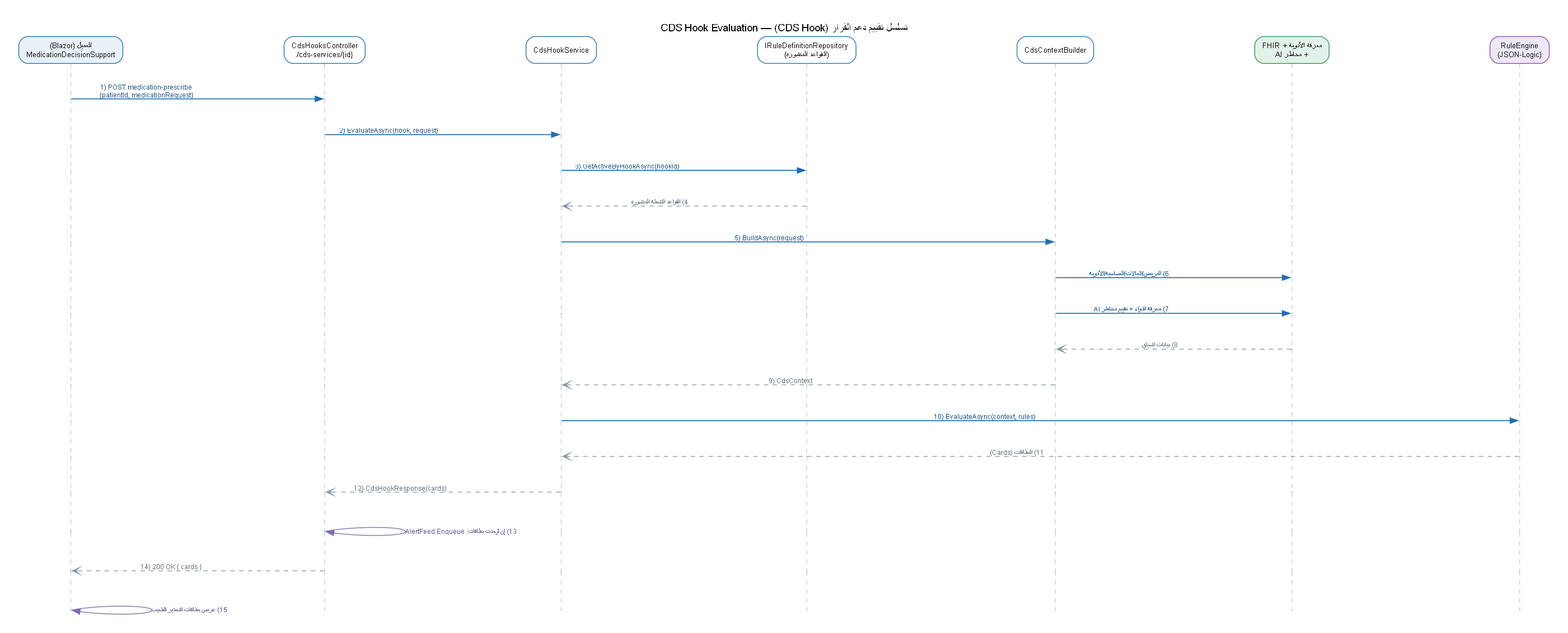
Khair69/DMRS keeps this Graphviz diagram as docs/diagrams/seq-cds-hook.png. Above is the earlier version. Its source is kept beside it as docs/diagrams/seq-cds-hook.dot.
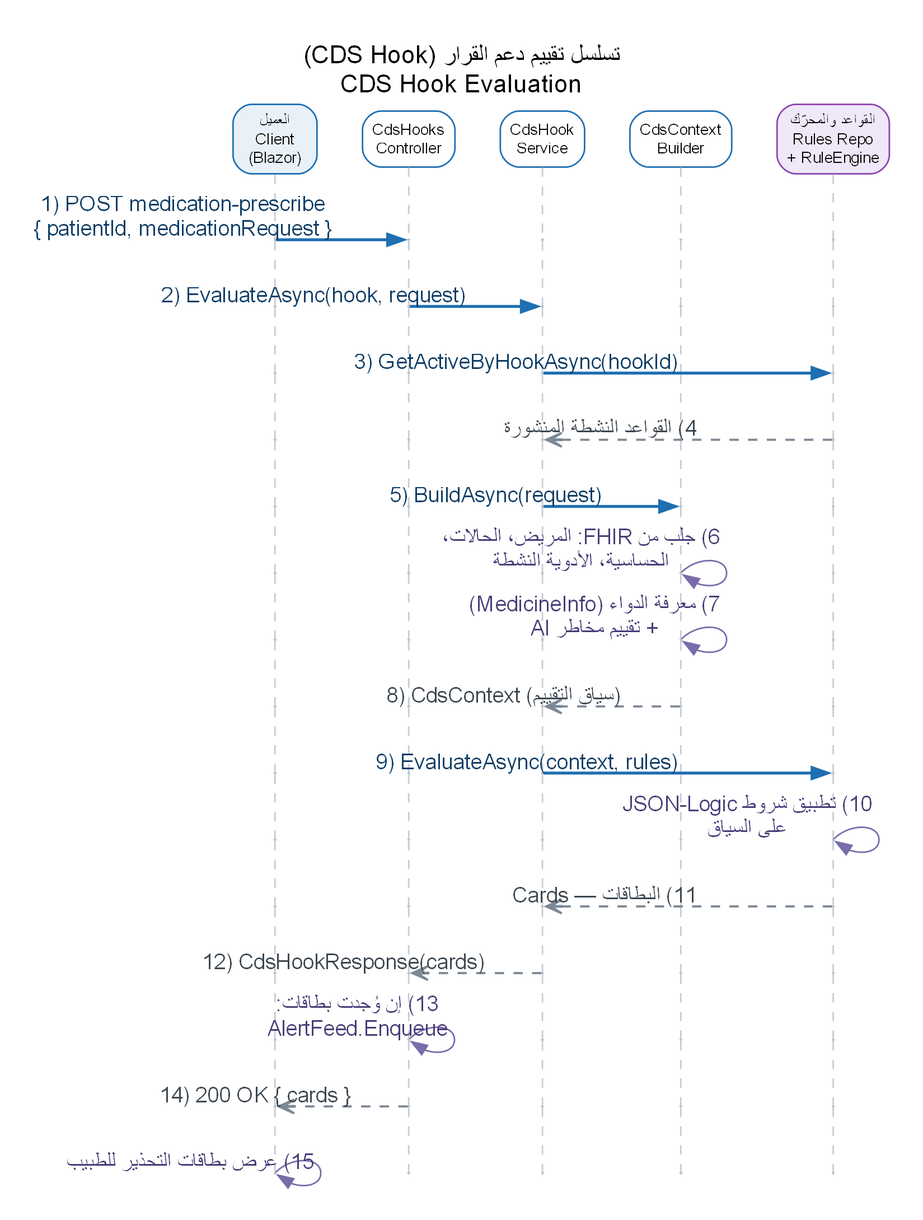
Later version of the same file.

Change to the diagram source:
```diff
@@ -1,66 +1,60 @@
 digraph SEQ {
   rankdir=TB;
-  graph [fontname="Arial", fontsize=14, labelloc="t", label="تسلسل تقييم دعم القرار (CDS Hook) — CDS Hook Evaluation",
-         pad=0.35, nodesep=1.5, ranksep=0.62, splines=line, forcelabels=true];
-  edge [fontname="Arial", fontsize=9];
+  graph [fontname="Arial", fontsize=16, labelloc="t", label="تسلسل تقييم دعم القرار (CDS Hook)\nCDS Hook Evaluation",
+         pad=0.3, nodesep=0.40, ranksep=0.58, splines=line, forcelabels=false];
+  edge [fontname="Arial", fontsize=14];
   node [fontname="Arial", fontsize=10];
 
   { rank=same;
     H_cli [shape=box, style="rounded,filled", fillcolor="#E8F1F8", color="#1F6FB2",
-          fontcolor="black", margin="0.14,0.08", label="العميل (Blazor)\nMedicationDecisionSupport"];
+          fontcolor="black", margin="0.09,0.06", label="العميل\nClient\n(Blazor)"];
     H_ctl [shape=box, style="rounded,filled", fillcolor="#FFFFFF", color="#1F6FB2",
-          fontcolor="black", margin="0.14,0.08", label="CdsHooksController\n/cds-services/{id}"];
+          fontcolor="black", margin="0.09,0.06", label="CdsHooks\nController"];
     H_svc [shape=box, style="rounded,filled", fillcolor="#FFFFFF", color="#1F6FB2",
-          fontcolor="black", margin="0.14,0.08", label="CdsHookService"];
-    H_rul [shape=box, style="rounded,filled", fillcolor="#FFFFFF", color="#1F6FB2",
-          fontcolor="black", margin="0.14,0.08", label="IRuleDefinitionRepository\n(القواعد المنشورة)"];
+          fontcolor="black", margin="0.09,0.06", label="CdsHook\nService"];
     H_ctx [shape=box, style="rounded,filled", fillcolor="#FFFFFF", color="#1F6FB2",
-          fontcolor="black", margin="0.14,0.08", label="CdsContextBuilder"];
-    H_dat [shape=box, style="rounded,filled", fillcolor="#E3F2E9", color="#2E8B57",
-          fontcolor="black", margin="0.14,0.08", label="FHIR + معرفة الأدوية\n+ مخاطر AI"];
+          fontcolor="black", margin="0.09,0.06", label="CdsContext\nBuilder"];
     H_eng [shape=box, style="rounded,filled", fillcolor="#EFE8F8", color="#8E44AD",
-          fontcolor="black", margin="0.14,0.08", label="RuleEngine\n(JSON-Logic)"];
+          fontcolor="black", margin="0.09,0.06", label="القواعد والمحرّك\nRules Repo\n+ RuleEngine"];
   }
-  H_cli -> H_ctl -> H_svc -> H_rul -> H_ctx -> H_dat -> H_eng [style=invis, weight=50];
+  H_cli -> H_ctl -> H_svc -> H_ctx -> H_eng [style=invis, weight=50];
 
   node [shape=point, width=0.012, color="#B9C4CC"];
-  { rank=same; cli_1 ctl_1 svc_1 rul_1 ctx_1 dat_1 eng_1 }
-  { rank=same; cli_2 ctl_2 svc_2 rul_2 ctx_2 dat_2 eng_2 }
-  { rank=same; cli_3 ctl_3 svc_3 rul_3 ctx_3 dat_3 eng_3 }
-  { rank=same; cli_4 ctl_4 svc_4 rul_4 ctx_4 dat_4 eng_4 }
-  { rank=same; cli_5 ctl_5 svc_5 rul_5 ctx_5 dat_5 eng_5 }
-  { rank=same; cli_6 ctl_6 svc_6 rul_6 ctx_6 dat_6 eng_6 }
-  { rank=same; cli_7 ctl_7 svc_7 rul_7 ctx_7 dat_7 eng_7 }
-  { rank=same; cli_8 ctl_8 svc_8 rul_8 ctx_8 dat_8 eng_8 }
-  { rank=same; cli_9 ctl_9 svc_9 rul_9 ctx_9 dat_9 eng_9 }
-  { rank=same; cli_10 ctl_10 svc_10 rul_10 ctx_10 dat_10 eng_10 }
-  { rank=same; cli_11 ctl_11 svc_11 rul_11 ctx_11 dat_11 eng_11 }
-  { rank=same; cli_12 ctl_12 svc_12 rul_12 ctx_12 dat_12 eng_12 }
-  { rank=same; cli_13 ctl_13 svc_13 rul_13 ctx_13 dat_13 eng_13 }
-  { rank=same; cli_14 ctl_14 svc_14 rul_14 ctx_14 dat_14 eng_14 }
-  { rank=same; cli_15 ctl_15 svc_15 rul_15 ctx_15 dat_15 eng_15 }
+  { rank=same; cli_1 ctl_1 svc_1 ctx_1 eng_1 }
+  { rank=same; cli_2 ctl_2 svc_2 ctx_2 eng_2 }
+  { rank=same; cli_3 ctl_3 svc_3 ctx_3 eng_3 }
+  { rank=same; cli_4 ctl_4 svc_4 ctx_4 eng_4 }
+  { rank=same; cli_5 ctl_5 svc_5 ctx_5 eng_5 }
+  { rank=same; cli_6 ctl_6 svc_6 ctx_6 eng_6 }
+  { rank=same; cli_7 ctl_7 svc_7 ctx_7 eng_7 }
+  { rank=same; cli_8 ctl_8 svc_8 ctx_8 eng_8 }
+  { rank=same; cli_9 ctl_9 svc_9 ctx_9 eng_9 }
+  { rank=same; cli_10 ctl_10 svc_10 ctx_10 eng_10 }
+  { rank=same; cli_11 ctl_11 svc_11 ctx_11 eng_11 }
+  { rank=same; cli_12 ctl_12 svc_12 ctx_12 eng_12 }
+  { rank=same; cli_13 ctl_13 svc_13 ctx_13 eng_13 }
+  { rank=same; cli_14 ctl_14 svc_14 ctx_14 eng_14 }
+  { rank=same; cli_15 ctl_15 svc_15 ctx_15 eng_15 }
 
   H_cli -> cli_1 -> cli_2 -> cli_3 -> cli_4 -> cli_5 -> cli_6 -> cli_7 -> cli_8 -> cli_9 -> cli_10 -> cli_11 -> cli_12 -> cli_13 -> cli_14 -> cli_15 [style=dashed, color="#C4CDD5", arrowhead=none, weight=100];
   H_ctl -> ctl_1 -> ctl_2 -> ctl_3 -> ctl_4 -> ctl_5 -> ctl_6 -> ctl_7 -> ctl_8 -> ctl_9 -> ctl_10 -> ctl_11 -> ctl_12 -> ctl_13 -> ctl_14 -> ctl_15 [style=dashed, color="#C4CDD5", arrowhead=none, weight=100];
   H_svc -> svc_1 -> svc_2 -> svc_3 -> svc_4 -> svc_5 -> svc_6 -> svc_7 -> svc_8 -> svc_9 -> svc_10 -> svc_11 -> svc_12 -> svc_13 -> svc_14 -> svc_15 [style=dashed, color="#C4CDD5", arrowhead=none, weight=100];
-  H_rul -> rul_1 -> rul_2 -> rul_3 -> rul_4 -> rul_5 -> rul_6 -> rul_7 -> rul_8 -> rul_9 -> rul_10 -> rul_11 -> rul_12 -> rul_13 -> rul_14 -> rul_15 [style=dashed, color="#C4CDD5", arrowhead=none, weight=100];
   H_ctx -> ctx_1 -> ctx_2 -> ctx_3 -> ctx_4 -> ctx_5 -> ctx_6 -> ctx_7 -> ctx_8 -> ctx_9 -> ctx_10 -> ctx_11 -> ctx_12 -> ctx_13 -> ctx_14 -> ctx_15 [style=dashed, color="#C4CDD5", arrowhead=none, weight=100];
-  H_dat -> dat_1 -> dat_2 -> dat_3 -> dat_4 -> dat_5 -> dat_6 -> dat_7 -> dat_8 -> dat_9 -> dat_10 -> dat_11 -> dat_12 -> dat_13 -> dat_14 -> dat_15 [style=dashed, color="#C4CDD5", arrowhead=none, weight=100];
   H_eng -> eng_1 -> eng_2 -> eng_3 -> eng_4 -> eng_5 -> eng_6 -> eng_7 -> eng_8 -> eng_9 -> eng_10 -> eng_11 -> eng_12 -> eng_13 -> eng_14 -> eng_15 [style=dashed, color="#C4CDD5", arrowhead=none, weight=100];
 
-  cli_1 -> ctl_1 [xlabel="1) POST medication-prescribe\n{patientId, medicationRequest}", constraint=false, color="#1F6FB2", fontcolor="#154D7C", penwidth=1.3];
-  ctl_2 -> svc_2 [xlabel="2) EvaluateAsync(hook, request)", constraint=false, color="#1F6FB2", fontcolor="#154D7C", penwidth=1.3];
-  svc_3 -> rul_3 [xlabel="3) GetActiveByHookAsync(hookId)", constraint=false, color="#1F6FB2", fontcolor="#154D7C", penwidth=1.3];
-  rul_4 -> svc_4 [xlabel="4) القواعد النشطة المنشورة", constraint=false, style=dashed, color="#8A97A3", fontcolor="#5C6773", arrowhead=vee];
-  svc_5 -> ctx_5 [xlabel="5) BuildAsync(request)", constraint=false, color="#1F6FB2", fontcolor="#154D7C", penwidth=1.3];
-  ctx_6 -> dat_6 [xlabel="6) المريض/الحالات/الحساسية/الأدوية", constraint=false, color="#1F6FB2", fontcolor="#154D7C", penwidth=1.3];
-  ctx_7 -> dat_7 [xlabel="7) معرفة الدواء + تقييم مخاطر AI", constraint=false, color="#1F6FB2", fontcolor="#154D7C", penwidth=1.3];
-  dat_8 -> ctx_8 [xlabel="8) بيانات السياق", constraint=false, style=dashed, color="#8A97A3", fontcolor="#5C6773", arrowhead=vee];
-  ctx_9 -> svc_9 [xlabel="9) CdsContext", constraint=false, style=dashed, color="#8A97A3", fontcolor="#5C6773", arrowhead=vee];
-  svc_10 -> eng_10 [xlabel="10) EvaluateAsync(context, rules)", constraint=false, color="#1F6FB2", fontcolor="#154D7C", penwidth=1.3];
-  eng_11 -> svc_11 [xlabel="11) البطاقات (Cards)", constraint=false, style=dashed, color="#8A97A3", fontcolor="#5C6773", arrowhead=vee];
-  svc_12 -> ctl_12 [xlabel="12) CdsHookResponse(cards)", constraint=false, style=dashed, color="#8A97A3", fontcolor="#5C6773", arrowhead=vee];
-  ctl_13 -> ctl_13 [label="13) إن وُجدت بطاقات: AlertFeed.Enqueue", constraint=false, color="#7A6BAA", fontcolor="#5B4C8A"];
-  ctl_14 -> cli_14 [xlabel="14) 200 OK { cards }", constraint=false, style=dashed, color="#8A97A3", fontcolor="#5C6773", arrowhead=vee];
-  cli_15 -> cli_15 [label="15) عرض بطاقات التحذير للطبيب", constraint=false, color="#7A6BAA", fontcolor="#5B4C8A"];
+  cli_1 -> ctl_1 [xlabel="1) POST medication-prescribe\n{ patientId, medicationRequest }", constraint=false, color="#1F6FB2", fontcolor="#0F3E66", penwidth=1.9];
+  ctl_2 -> svc_2 [xlabel="2) EvaluateAsync(hook, request)", constraint=false, color="#1F6FB2", fontcolor="#0F3E66", penwidth=1.9];
+  svc_3 -> eng_3 [xlabel="3) GetActiveByHookAsync(hookId)", constraint=false, color="#1F6FB2", fontcolor="#0F3E66", penwidth=1.9];
+  eng_4 -> svc_4 [xlabel="4) القواعد النشطة المنشورة", constraint=false, style=dashed, color="#7C8996", fontcolor="#3D4750", arrowhead=vee, penwidth=1.4];
+  svc_5 -> ctx_5 [xlabel="5) BuildAsync(request)", constraint=false, color="#1F6FB2", fontcolor="#0F3E66", penwidth=1.9];
+  ctx_6 -> ctx_6 [xlabel="6) جلب من FHIR: المريض، الحالات،\nالحساسية، الأدوية النشطة", constraint=false, color="#7A6BAA", fontcolor="#4A3C78"];
+  ctx_7 -> ctx_7 [xlabel="7) معرفة الدواء (MedicineInfo)\n+ تقييم مخاطر AI", constraint=false, color="#7A6BAA", fontcolor="#4A3C78"];
+  ctx_8 -> svc_8 [xlabel="8) CdsContext (سياق التقييم)", constraint=false, style=dashed, color="#7C8996", fontcolor="#3D4750", arrowhead=vee, penwidth=1.4];
+  svc_9 -> eng_9 [xlabel="9) EvaluateAsync(context, rules)", constraint=false, color="#1F6FB2", fontcolor="#0F3E66", penwidth=1.9];
+  eng_10 -> eng_10 [xlabel="10) تطبيق شروط JSON-Logic\nعلى السياق", constraint=false, color="#7A6BAA", fontcolor="#4A3C78"];
+  eng_11 -> svc_11 [xlabel="11) البطاقات — Cards", constraint=false, style=dashed, color="#7C8996", fontcolor="#3D4750", arrowhead=vee, penwidth=1.4];
+  svc_12 -> ctl_12 [xlabel="12) CdsHookResponse(cards)", constraint=false, style=dashed, color="#7C8996", fontcolor="#3D4750", arrowhead=vee, penwidth=1.4];
+  ctl_13 -> ctl_13 [xlabel="13) إن وُجدت بطاقات:\nAlertFeed.Enqueue", constraint=false, color="#7A6BAA", fontcolor="#4A3C78"];
+  ctl_14 -> cli_14 [xlabel="14) 200 OK { cards }", constraint=false, style=dashed, color="#7C8996", fontcolor="#3D4750", arrowhead=vee, penwidth=1.4];
+  cli_15 -> cli_15 [xlabel="15) عرض بطاقات التحذير للطبيب", constraint=false, color="#7A6BAA", fontcolor="#4A3C78"];
 }
```
